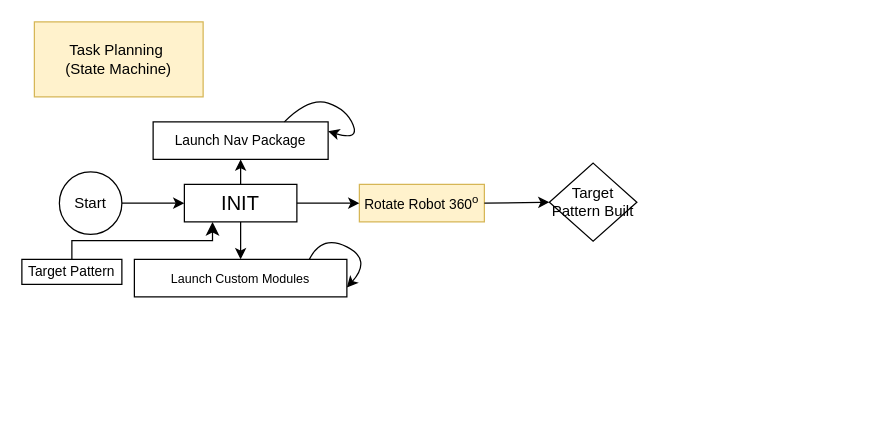
Earlier version of the draw.io diagram state_machine_task_planning.drawio (sidt36/ME326-Group-8). Source tidied: cells renumbered, new cells numbered last; positions are measured from the earlier drawing's top-left corner, leaving out a move shared by most shapes. Both pictures are drawn from the tidied source at 125%, with x=0, y=0 at pixel (21, 21).
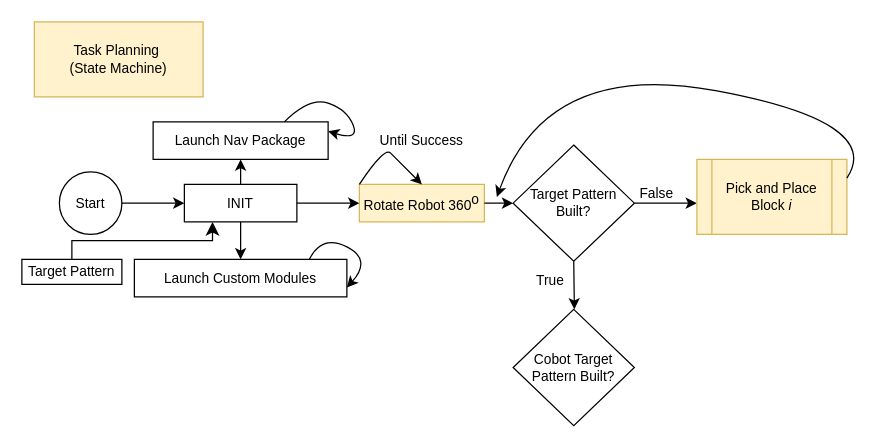
After the change.

What changed in the source:
```diff
@@
-    <mxCell id="2" value="Task Planning&amp;nbsp;&lt;br&gt;(State Machine)" style="rounded=0;whiteSpace=wrap;html=1;fillColor=#fff2cc;strokeColor=#d6b656;" parent="1" vertex="1">
+    <mxCell id="2" value="Task Planning&amp;nbsp;&lt;br style=&quot;font-size: 11px;&quot;&gt;(State Machine)" style="rounded=0;whiteSpace=wrap;html=1;fillColor=#fff2cc;strokeColor=#d6b656;fontSize=11;" parent="1" vertex="1">
       <mxGeometry x="10" width="135" height="60" as="geometry" />
     </mxCell>
-    <mxCell id="3" value="Start" style="ellipse;whiteSpace=wrap;html=1;" parent="1" vertex="1">
+    <mxCell id="3" value="Start" style="ellipse;whiteSpace=wrap;html=1;fontSize=11;" parent="1" vertex="1">
       <mxGeometry x="30" y="120" width="50" height="50" as="geometry" />
     </mxCell>
-    <mxCell id="4" value="&lt;font style=&quot;font-size: 16px;&quot;&gt;INIT&lt;/font&gt;" style="rounded=0;whiteSpace=wrap;html=1;" parent="1" vertex="1">
+    <mxCell id="4" value="&lt;font style=&quot;font-size: 11px;&quot;&gt;INIT&lt;/font&gt;" style="rounded=0;whiteSpace=wrap;html=1;fontSize=11;" parent="1" vertex="1">
       <mxGeometry x="130" y="130" width="90" height="30" as="geometry" />
     </mxCell>
-    <mxCell id="5" style="endArrow=classic;html=1;rounded=0;exitX=1;exitY=0.5;exitDx=0;exitDy=0;entryX=0;entryY=0.5;entryDx=0;entryDy=0;" parent="1" edge="1" source="3" target="4">
+    <mxCell id="5" style="endArrow=classic;html=1;rounded=0;exitX=1;exitY=0.5;exitDx=0;exitDy=0;entryX=0;entryY=0.5;entryDx=0;entryDy=0;fontSize=11;" parent="1" edge="1" source="3" target="4">
       <mxGeometry relative="1" as="geometry" />
     </mxCell>
-    <mxCell id="6" value="&lt;font style=&quot;font-size: 11px;&quot;&gt;Launch Nav Package&lt;/font&gt;" style="rounded=0;whiteSpace=wrap;html=1;" parent="1" vertex="1">
+    <mxCell id="6" value="&lt;font style=&quot;font-size: 11px;&quot;&gt;Launch Nav Package&lt;/font&gt;" style="rounded=0;whiteSpace=wrap;html=1;fontSize=11;" parent="1" vertex="1">
       <mxGeometry x="105" y="80" width="140" height="30" as="geometry" />
     </mxCell>
-    <mxCell id="7" style="curved=1;endArrow=classic;html=1;rounded=0;exitX=0.75;exitY=0;exitDx=0;exitDy=0;entryX=1;entryY=0.25;entryDx=0;entryDy=0;" parent="1" edge="1" source="6" target="6">
+    <mxCell id="7" style="curved=1;endArrow=classic;html=1;rounded=0;exitX=0.75;exitY=0;exitDx=0;exitDy=0;entryX=1;entryY=0.25;entryDx=0;entryDy=0;fontSize=11;" parent="1" edge="1" source="6" target="6">
       <mxGeometry relative="1" as="geometry">
         <Array as="points">
           <mxPoint x="230" y="60" />
           <mxPoint x="260" y="70" />
           <mxPoint x="270" y="95" />
         </Array>
       </mxGeometry>
     </mxCell>
-    <mxCell id="8" style="endArrow=classic;html=1;rounded=0;exitX=0.5;exitY=0;exitDx=0;exitDy=0;entryX=0.5;entryY=1;entryDx=0;entryDy=0;" parent="1" edge="1" source="4" target="6">
+    <mxCell id="8" style="endArrow=classic;html=1;rounded=0;exitX=0.5;exitY=0;exitDx=0;exitDy=0;entryX=0.5;entryY=1;entryDx=0;entryDy=0;fontSize=11;" parent="1" edge="1" source="4" target="6">
       <mxGeometry relative="1" as="geometry" />
     </mxCell>
-    <mxCell id="9" value="&lt;font style=&quot;font-size: 10px;&quot;&gt;Launch Custom Modules&lt;/font&gt;" style="rounded=0;whiteSpace=wrap;html=1;" parent="1" vertex="1">
+    <mxCell id="9" value="&lt;font style=&quot;font-size: 11px;&quot;&gt;Launch Custom Modules&lt;/font&gt;" style="rounded=0;whiteSpace=wrap;html=1;fontSize=11;" parent="1" vertex="1">
       <mxGeometry x="90" y="190" width="170" height="30" as="geometry" />
     </mxCell>
-    <mxCell id="10" style="endArrow=classic;html=1;rounded=0;exitX=0.5;exitY=1;exitDx=0;exitDy=0;entryX=0.5;entryY=0;entryDx=0;entryDy=0;" parent="1" edge="1" source="4" target="9">
+    <mxCell id="10" style="endArrow=classic;html=1;rounded=0;exitX=0.5;exitY=1;exitDx=0;exitDy=0;entryX=0.5;entryY=0;entryDx=0;entryDy=0;fontSize=11;" parent="1" edge="1" source="4" target="9">
       <mxGeometry relative="1" as="geometry" />
     </mxCell>
-    <mxCell id="11" style="curved=1;endArrow=classic;html=1;rounded=0;exitX=0.75;exitY=0;exitDx=0;exitDy=0;entryX=1;entryY=0.75;entryDx=0;entryDy=0;" parent="1" edge="1" target="9">
+    <mxCell id="11" style="curved=1;endArrow=classic;html=1;rounded=0;exitX=0.75;exitY=0;exitDx=0;exitDy=0;entryX=1;entryY=0.75;entryDx=0;entryDy=0;fontSize=11;" parent="1" edge="1" target="9">
       <mxGeometry relative="1" as="geometry">
         <mxPoint x="230" y="190" as="sourcePoint" />
         <Array as="points">
           <mxPoint x="240" y="170" />
           <mxPoint x="280" y="190" />
         </Array>
       </mxGeometry>
     </mxCell>
-    <mxCell id="12" value="&lt;font style=&quot;font-size: 11px;&quot;&gt;Rotate Robot 360&lt;sup&gt;o&lt;/sup&gt;&lt;/font&gt;" style="rounded=0;whiteSpace=wrap;html=1;fillColor=#fff2cc;strokeColor=#d6b656;" parent="1" vertex="1">
+    <mxCell id="12" value="&lt;font style=&quot;font-size: 11px;&quot;&gt;Rotate Robot 360&lt;sup style=&quot;font-size: 11px;&quot;&gt;o&lt;/sup&gt;&lt;/font&gt;" style="rounded=0;whiteSpace=wrap;html=1;fillColor=#fff2cc;strokeColor=#d6b656;fontSize=11;" parent="1" vertex="1">
       <mxGeometry x="270" y="130" width="100" height="30" as="geometry" />
     </mxCell>
-    <mxCell id="13" style="endArrow=classic;html=1;rounded=0;exitX=1;exitY=0.5;exitDx=0;exitDy=0;" parent="1" edge="1" source="4" target="12">
+    <mxCell id="13" style="endArrow=classic;html=1;rounded=0;exitX=1;exitY=0.5;exitDx=0;exitDy=0;fontSize=11;" parent="1" edge="1" source="4" target="12">
       <mxGeometry relative="1" as="geometry" />
     </mxCell>
-    <mxCell id="14" value="Target Pattern Built" style="rhombus;whiteSpace=wrap;html=1;" parent="1" vertex="1">
-      <mxGeometry x="422" y="113" width="70" height="62.5" as="geometry" />
+    <mxCell id="14" value="&lt;font style=&quot;font-size: 11px;&quot;&gt;Target Pattern Built?&lt;/font&gt;" style="rhombus;whiteSpace=wrap;html=1;fontSize=11;" parent="1" vertex="1">
+      <mxGeometry x="393" y="98.5" width="97" height="93" as="geometry" />
     </mxCell>
-    <mxCell id="15" value="&lt;font style=&quot;font-size: 11px;&quot;&gt;Target Pattern&lt;/font&gt;" style="rounded=0;whiteSpace=wrap;html=1;" parent="1" vertex="1">
+    <mxCell id="15" value="&lt;font style=&quot;font-size: 11px;&quot;&gt;Target Pattern&lt;/font&gt;" style="rounded=0;whiteSpace=wrap;html=1;fontSize=11;" parent="1" vertex="1">
       <mxGeometry y="190" width="80" height="20" as="geometry" />
     </mxCell>
-    <mxCell id="16" style="edgeStyle=elbowEdgeStyle;elbow=vertical;endArrow=classic;html=1;curved=0;rounded=0;endSize=8;startSize=8;exitX=0.5;exitY=0;exitDx=0;exitDy=0;entryX=0.25;entryY=1;entryDx=0;entryDy=0;" parent="1" edge="1" source="15" target="4">
+    <mxCell id="16" style="edgeStyle=elbowEdgeStyle;elbow=vertical;endArrow=classic;html=1;curved=0;rounded=0;endSize=8;startSize=8;exitX=0.5;exitY=0;exitDx=0;exitDy=0;entryX=0.25;entryY=1;entryDx=0;entryDy=0;fontSize=11;" parent="1" edge="1" source="15" target="4">
       <mxGeometry relative="1" as="geometry" />
     </mxCell>
-    <mxCell id="17" style="endArrow=classic;html=1;rounded=0;exitX=1;exitY=0.5;exitDx=0;exitDy=0;entryX=0;entryY=0.5;entryDx=0;entryDy=0;" parent="1" edge="1" source="12" target="14">
+    <mxCell id="17" style="endArrow=classic;html=1;rounded=0;exitX=1;exitY=0.5;exitDx=0;exitDy=0;entryX=0;entryY=0.5;entryDx=0;entryDy=0;fontSize=11;" parent="1" edge="1" source="12" target="14">
       <mxGeometry relative="1" as="geometry" />
     </mxCell>
+    <mxCell id="18" style="endArrow=classic;html=1;rounded=0;exitX=1;exitY=0.5;exitDx=0;exitDy=0;fontSize=11;" parent="1" edge="1" source="14">
+      <mxGeometry relative="1" as="geometry">
+        <mxPoint x="540" y="145" as="targetPoint" />
+      </mxGeometry>
+    </mxCell>
+    <mxCell id="19" value="True" style="text;html=1;align=center;verticalAlign=middle;whiteSpace=wrap;rounded=0;fontSize=11;" parent="1" vertex="1">
+      <mxGeometry x="393" y="191.5" width="60" height="30" as="geometry" />
+    </mxCell>
+    <mxCell id="20" style="endArrow=classic;html=1;rounded=0;exitX=0.5;exitY=1;exitDx=0;exitDy=0;fontSize=11;" parent="1" edge="1" source="14">
+      <mxGeometry relative="1" as="geometry">
+        <mxPoint x="442" y="230" as="targetPoint" />
+      </mxGeometry>
+    </mxCell>
+    <mxCell id="21" value="False" style="text;html=1;align=center;verticalAlign=middle;whiteSpace=wrap;rounded=0;fontSize=11;" parent="1" vertex="1">
+      <mxGeometry x="478" y="122" width="60" height="30" as="geometry" />
+    </mxCell>
+    <mxCell id="22" value="Pick and Place Block &lt;i style=&quot;font-size: 11px;&quot;&gt;i&lt;/i&gt;" style="shape=process;whiteSpace=wrap;html=1;backgroundOutline=1;fillColor=#fff2cc;strokeColor=#d6b656;fontSize=11;" parent="1" vertex="1">
+      <mxGeometry x="540" y="110" width="120" height="60" as="geometry" />
+    </mxCell>
+    <mxCell id="23" style="curved=1;endArrow=classic;html=1;rounded=0;exitX=0;exitY=0;exitDx=0;exitDy=0;entryX=0.5;entryY=0;entryDx=0;entryDy=0;fontSize=11;" parent="1" edge="1" source="12" target="12">
+      <mxGeometry relative="1" as="geometry">
+        <Array as="points">
+          <mxPoint x="290" y="100" />
+          <mxPoint x="300" y="110" />
+        </Array>
+      </mxGeometry>
+    </mxCell>
+    <mxCell id="24" value="&lt;font style=&quot;font-size: 11px;&quot;&gt;Until Success&lt;/font&gt;" style="text;html=1;align=center;verticalAlign=middle;whiteSpace=wrap;rounded=0;fontSize=11;" parent="1" vertex="1">
+      <mxGeometry x="285" y="80" width="70" height="30" as="geometry" />
+    </mxCell>
+    <mxCell id="25" value="&lt;span style=&quot;font-size: 11px;&quot;&gt;Cobot Target Pattern&amp;nbsp;Built?&lt;/span&gt;" style="rhombus;whiteSpace=wrap;html=1;fontSize=11;" parent="1" vertex="1">
+      <mxGeometry x="393" y="230" width="97" height="93" as="geometry" />
+    </mxCell>
+    <mxCell id="26" style="curved=1;endArrow=classic;html=1;rounded=0;exitX=1;exitY=0.25;exitDx=0;exitDy=0;fontSize=11;" parent="1" edge="1" source="22">
+      <mxGeometry relative="1" as="geometry">
+        <mxPoint x="380" y="140" as="targetPoint" />
+        <Array as="points">
+          <mxPoint x="690" y="80" />
+          <mxPoint x="420" y="30" />
+        </Array>
+      </mxGeometry>
+    </mxCell>
```
